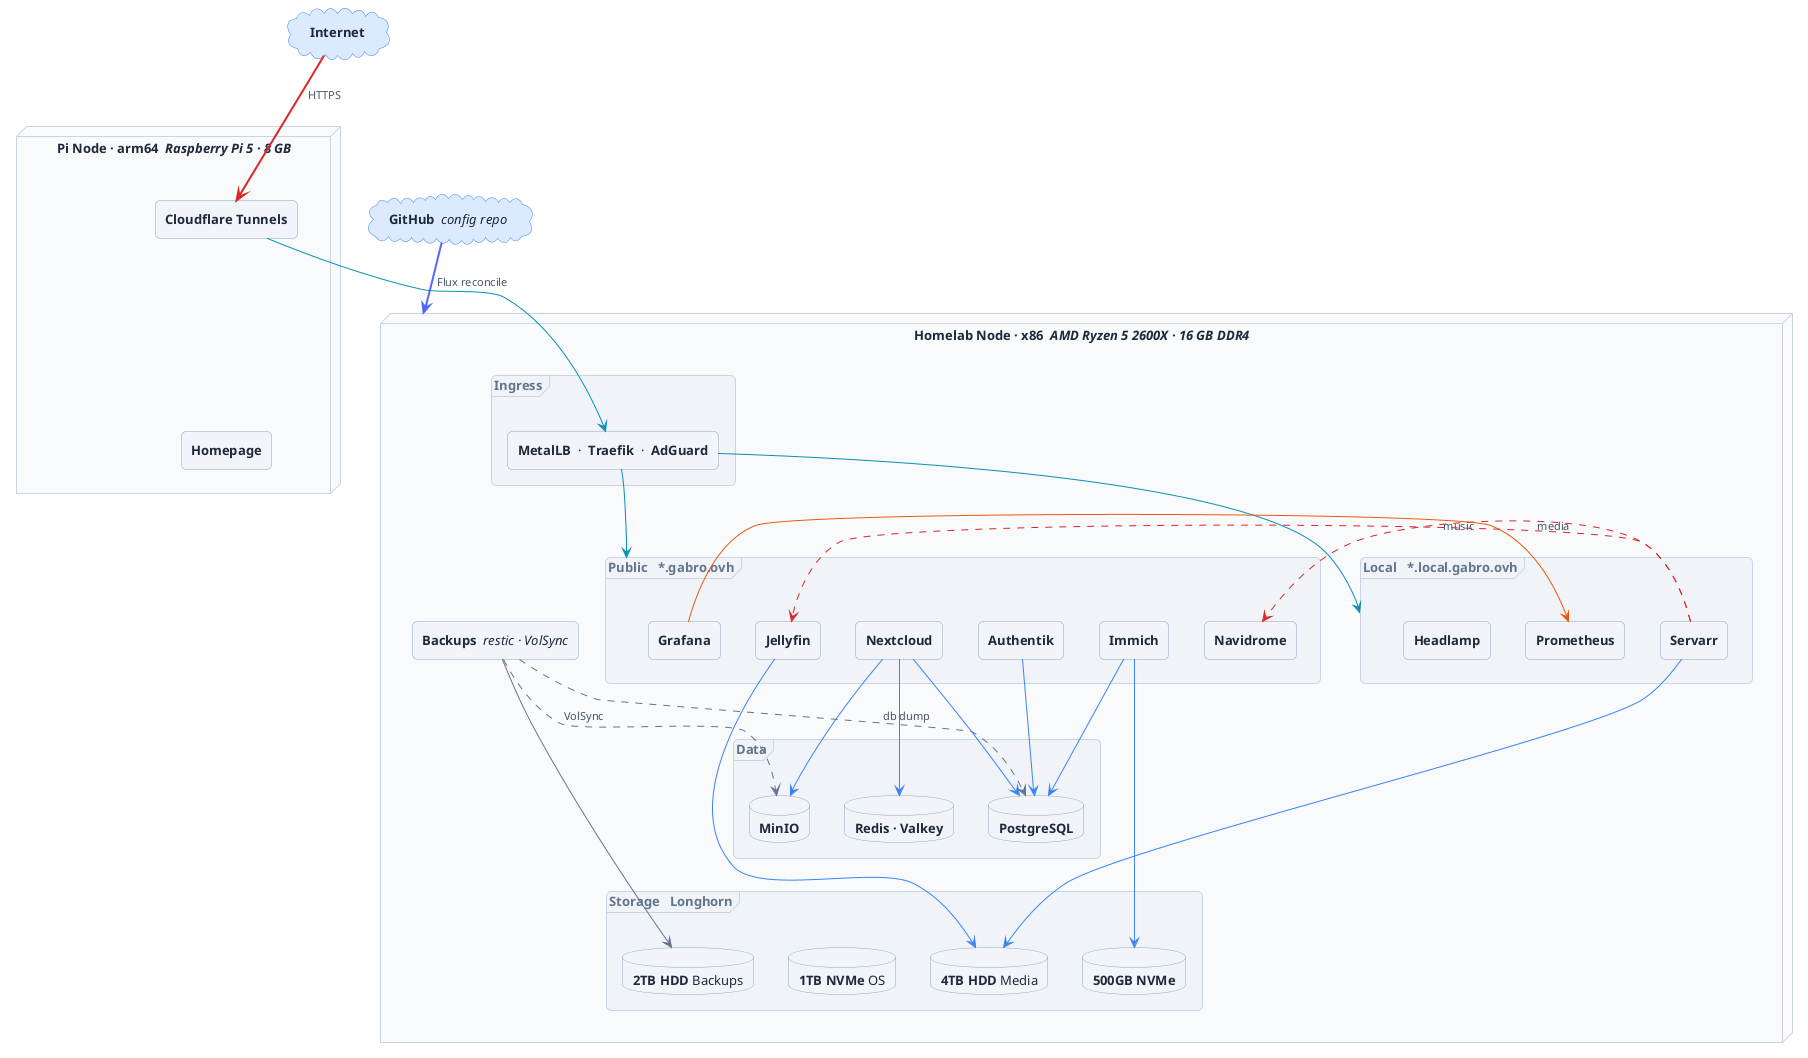
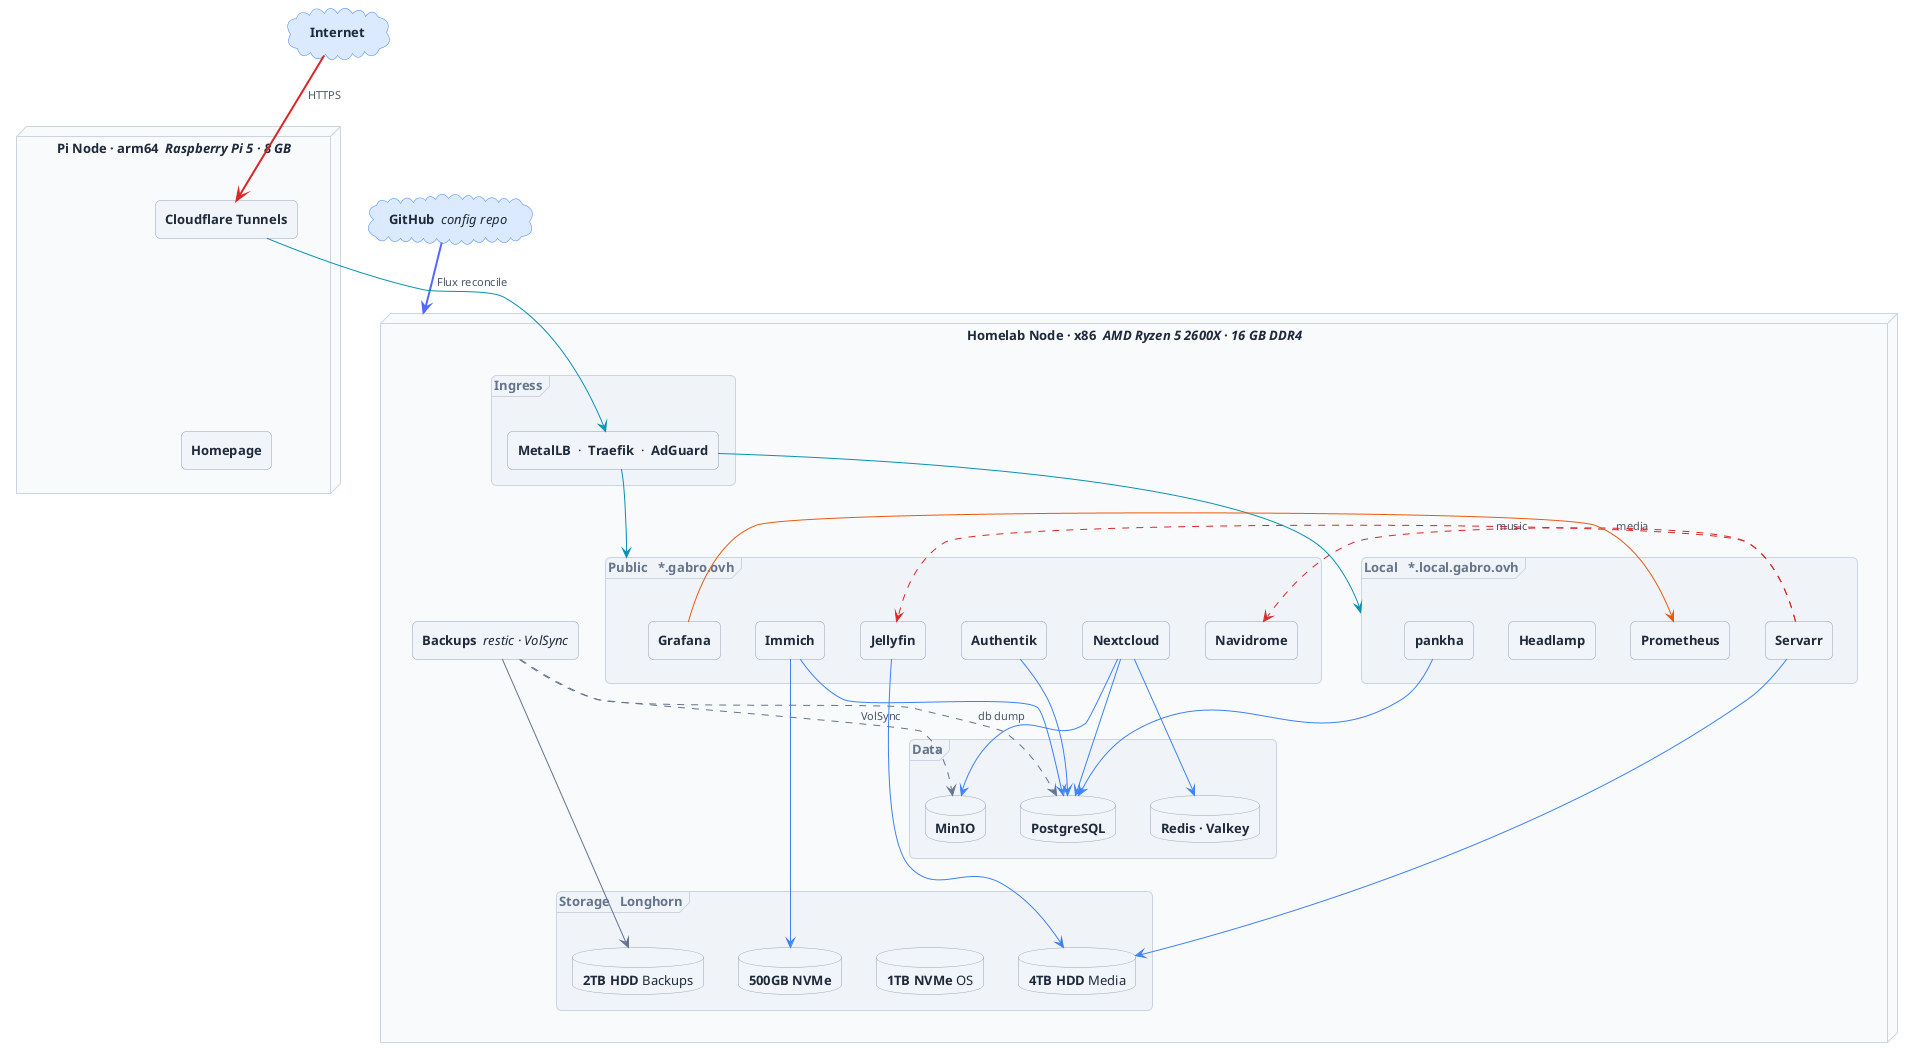
@startuml cluster-schema-light

skinparam backgroundColor #ffffff
skinparam defaultFontColor #1e293b
skinparam defaultFontName "Segoe UI"
skinparam defaultFontSize 13
skinparam shadowing false
skinparam roundCorner 10

skinparam rectangle {
  backgroundColor #f1f5f9
  borderColor #94a3b8
  fontColor #1e293b
}
skinparam database {
  backgroundColor #f1f5f9
  borderColor #94a3b8
  fontColor #1e293b
}
skinparam cloud {
  backgroundColor #dbeafe
  borderColor #3b82f6
  fontColor #1e293b
}
skinparam node {
  backgroundColor #f8fafc
  borderColor #cbd5e1
  fontColor #1e293b
}
skinparam frame {
  backgroundColor #f0f4f8
  borderColor #cbd5e1
  fontColor #64748b
}
skinparam arrow {
  color #64748b
  fontColor #475569
  fontSize 11
}

cloud "  **Internet**  " as inet
cloud "  **GitHub**  //config repo//  " as gh

node "  **Pi Node** · arm64  //Raspberry Pi 5 · 8 GB//  " as pinode {
  rectangle "**Cloudflare Tunnels**" as cf
  rectangle "**Homepage**" as hp
}

node "  **Homelab Node** · x86  //AMD Ryzen 5 2600X · 16 GB DDR4//  " as x86 {

  frame "Ingress" {
    rectangle "**MetalLB**  ·  **Traefik**  ·  **AdGuard**" as netstack
  }

  frame "Public   *.gabro.ovh" as pubframe {
    rectangle "**Jellyfin**" as jf
    rectangle "**Nextcloud**" as nc
    rectangle "**Immich**" as im
    rectangle "**Navidrome**" as nv
    rectangle "**Authentik**" as auth
    rectangle "**Grafana**" as graf
  }

  frame "Local   *.local.gabro.ovh" as privframe {
    rectangle "**Servarr**" as sarr
    rectangle "**Prometheus**" as prom
    rectangle "**Headlamp**" as hl
+     rectangle "**pankha**" as pk
  }

  frame "Data" {
    database "**PostgreSQL**" as pg
    database "**Redis · Valkey**" as rd
    database "**MinIO**" as s3
  }

  frame "Storage   Longhorn" {
    database "**1TB NVMe** OS" as d1
    database "**500GB NVMe**" as d2
    database "**4TB HDD** Media" as d3
    database "**2TB HDD** Backups" as d4
  }

  rectangle "**Backups**  //restic · VolSync//" as bkp
}

' ─── Ordering ───
inet -[hidden]right-> gh
cf -[hidden]down-> hp
netstack -[hidden]down-> pubframe
nc -[hidden]down-> sarr
sarr -[hidden]down-> pg
pg -[hidden]down-> d1
pinode -[hidden]down-> x86

' ─── Connections ───
inet -[#dc2626,bold]down-> cf : " HTTPS"
gh -[#5468FF,bold]down-> x86 : " Flux reconcile"
cf -[#0891b2]down-> netstack
netstack -[#0891b2]down-> pubframe
netstack -[#0891b2]down-> privframe

sarr .[#dc2626].> jf : " media"
sarr .[#dc2626].> nv : " music"
graf -[#ea580c]-> prom

nc -[#3b82f6]down-> pg
nc -[#3b82f6]down-> rd
nc -[#3b82f6]down-> s3
im -[#3b82f6]down-> pg
im -[#3b82f6]down-> d2
auth -[#3b82f6]down-> pg
+ pk -[#3b82f6]down-> pg

jf -[#3b82f6]down-> d3
sarr -[#3b82f6]down-> d3
bkp -[#64748b]-> d4
bkp .[#64748b].> pg : " db dump"
bkp .[#64748b].> s3 : " VolSync"

@enduml
